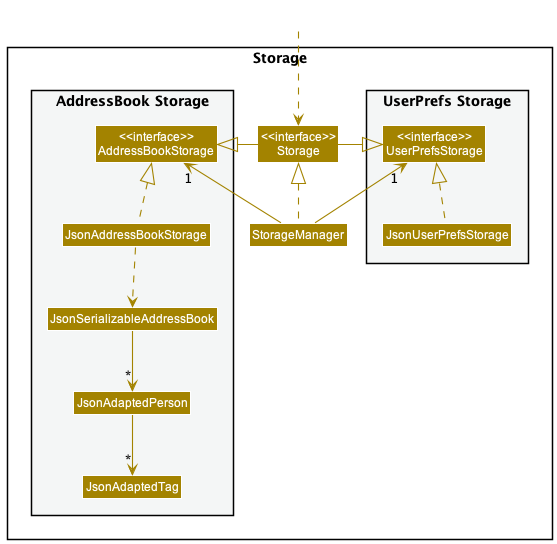
Earlier version of the PlantUML export docs/images/StorageClassDiagram.png (nus-cs2103-AY2223S1/tp).
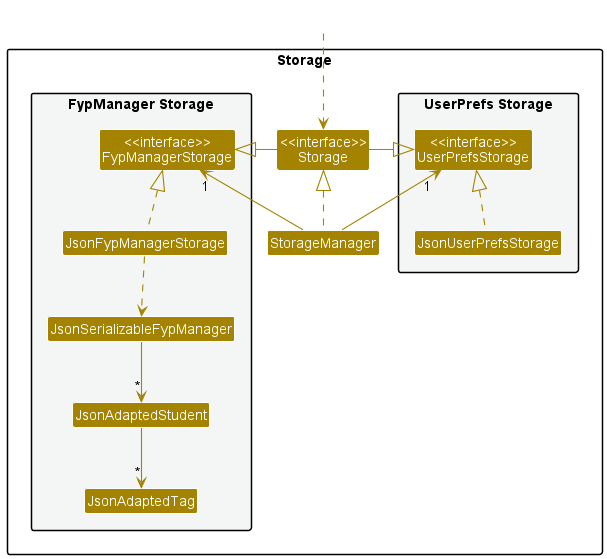
After the change.

The edit, as a diff of the source:
```diff
@@ -14,11 +14,11 @@
 Class "<<interface>>\nStorage" as Storage
 Class StorageManager
 
-package "AddressBook Storage" #F4F6F6{
-Class "<<interface>>\nAddressBookStorage" as AddressBookStorage
-Class JsonAddressBookStorage
-Class JsonSerializableAddressBook
-Class JsonAdaptedPerson
+package "FypManager Storage" #F4F6F6{
+Class "<<interface>>\nFypManagerStorage" as FypManagerStorage
+Class JsonFypManagerStorage
+Class JsonSerializableFypManager
+Class JsonAdaptedStudent
 Class JsonAdaptedTag
 }
 
@@ -29,15 +29,15 @@
 
 StorageManager .up.|> Storage
 StorageManager -up-> "1" UserPrefsStorage
-StorageManager -up-> "1" AddressBookStorage
+StorageManager -up-> "1" FypManagerStorage
 
 Storage -left-|> UserPrefsStorage
-Storage -right-|> AddressBookStorage
+Storage -right-|> FypManagerStorage
 
 JsonUserPrefsStorage .up.|> UserPrefsStorage
-JsonAddressBookStorage .up.|> AddressBookStorage
-JsonAddressBookStorage ..> JsonSerializableAddressBook
-JsonSerializableAddressBook --> "*" JsonAdaptedPerson
-JsonAdaptedPerson --> "*" JsonAdaptedTag
+JsonFypManagerStorage .up.|> FypManagerStorage
+JsonFypManagerStorage ..> JsonSerializableFypManager
+JsonSerializableFypManager --> "*" JsonAdaptedStudent
+JsonAdaptedStudent --> "*" JsonAdaptedTag
 
 @enduml
```
